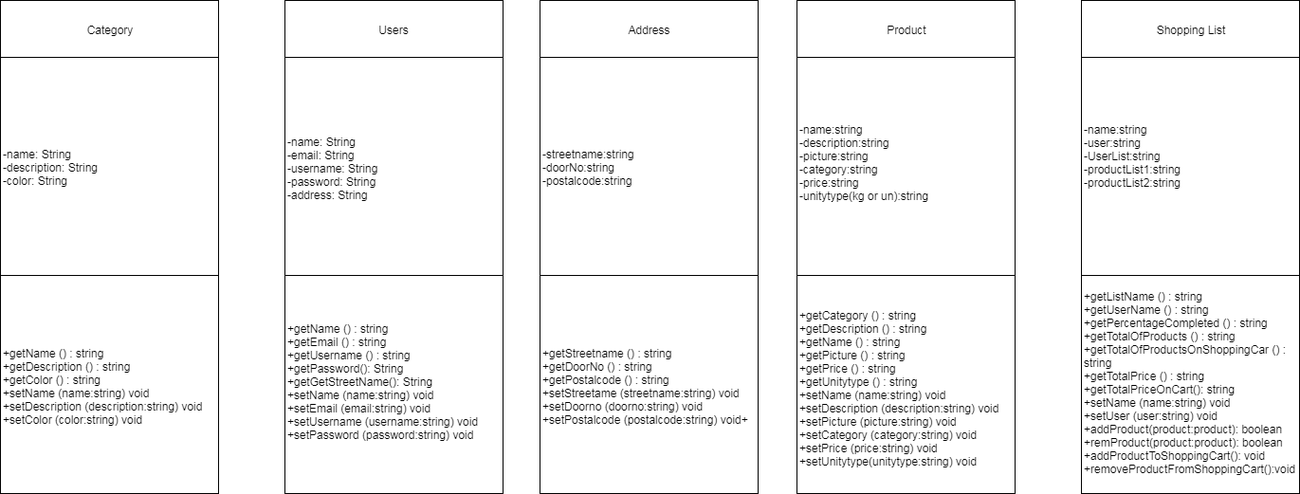
The draw.io diagram UML/UML.png in Coutt0/TP2, before a commit. Source tidied: cells renumbered, new cells last; positions are measured from the earlier drawing's top-left corner, leaving out a move shared by most shapes.
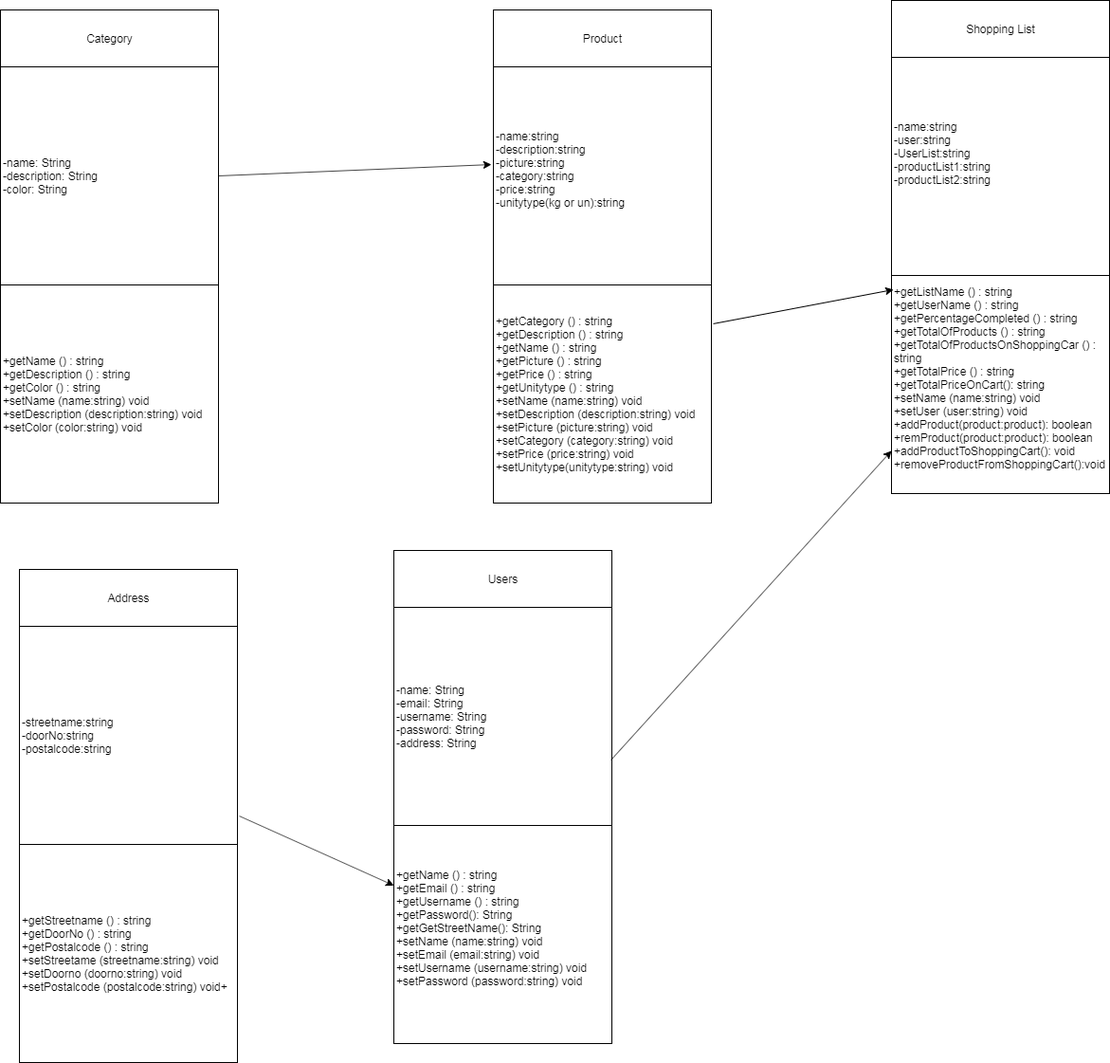
After the commit.

The edit, as a diff of the source:
```diff
@@ -12,49 +12,61 @@
       <mxGeometry width="230" height="60" as="geometry" />
     </mxCell>
     <mxCell id="5" value="-name: String&lt;br&gt;-email: String&lt;br&gt;-username: String&lt;br&gt;-password: String&lt;br&gt;-address: String" style="whiteSpace=wrap;html=1;align=left;" parent="1" vertex="1">
-      <mxGeometry x="300" y="60" width="230" height="230" as="geometry" />
+      <mxGeometry x="415" y="630" width="230" height="230" as="geometry" />
     </mxCell>
     <mxCell id="6" value="&lt;div&gt;+getName () : string&lt;/div&gt;&lt;div&gt;+getEmail () : string&lt;/div&gt;&lt;div&gt;+getUsername () : string&lt;/div&gt;&lt;div&gt;+getPassword(): String&lt;/div&gt;&lt;div&gt;+getGetStreetName(): String&lt;/div&gt;&lt;div&gt;&lt;div&gt;+setName (name:string) void&lt;/div&gt;&lt;div&gt;+setEmail (email:string) void&lt;/div&gt;&lt;div&gt;+setUsername (username:string) void&lt;/div&gt;&lt;/div&gt;&lt;div&gt;+setPassword (password:string) void&lt;br&gt;&lt;/div&gt;&lt;div&gt;&lt;br&gt;&lt;/div&gt;" style="whiteSpace=wrap;html=1;align=left;" parent="1" vertex="1">
-      <mxGeometry x="300" y="290" width="230" height="230" as="geometry" />
+      <mxGeometry x="415" y="860" width="230" height="230" as="geometry" />
     </mxCell>
     <mxCell id="7" value="Users" style="rounded=0;whiteSpace=wrap;html=1;" parent="1" vertex="1">
-      <mxGeometry x="300" width="230" height="60" as="geometry" />
+      <mxGeometry x="415" y="570" width="230" height="60" as="geometry" />
     </mxCell>
     <mxCell id="8" value="&lt;span style=&quot;color: rgba(0 , 0 , 0 , 0) ; font-family: monospace ; font-size: 0px&quot;&gt;%3CmxGraphModel%3E%3Croot%3E%3CmxCell%20id%3D%220%22%2F%3E%3CmxCell%20id%3D%221%22%20parent%3D%220%22%2F%3E%3CmxCell%20id%3D%222%22%20value%3D%22-name%3A%20String%26lt%3Bbr%26gt%3B-email%3A%20String%26lt%3Bbr%26gt%3B-username%3A%20String%26lt%3Bbr%26gt%3B-password%3A%20String%26lt%3Bbr%26gt%3B-address%3A%20String%22%20style%3D%22whiteSpace%3Dwrap%3Bhtml%3D1%3Baspect%3Dfixed%3Balign%3Dleft%3B%22%20vertex%3D%221%22%20parent%3D%221%22%3E%3CmxGeometry%20x%3D%22390%22%20y%3D%22110%22%20width%3D%22230%22%20height%3D%22230%22%20as%3D%22geometry%22%2F%3E%3C%2FmxCell%3E%3CmxCell%20id%3D%223%22%20value%3D%22%26lt%3Bdiv%26gt%3B%2BgetName%20()%20%3A%20string%26lt%3B%2Fdiv%26gt%3B%26lt%3Bdiv%26gt%3B%2BgetEmail%20()%20%3A%20string%26lt%3B%2Fdiv%26gt%3B%26lt%3Bdiv%26gt%3B%2BgetUsername%20()%20%3A%20string%26lt%3B%2Fdiv%26gt%3B%26lt%3Bdiv%26gt%3B%2BgetPassword()%3A%20String%26lt%3B%2Fdiv%26gt%3B%26lt%3Bdiv%26gt%3B%2BgetAddress()%3A%20String%26lt%3B%2Fdiv%26gt%3B%26lt%3Bdiv%26gt%3B%26lt%3Bdiv%26gt%3B%2BsetName%20(name%3Astring)%20void%26lt%3B%2Fdiv%26gt%3B%26lt%3Bdiv%26gt%3B%2BsetEmail%20(email%3Astring)%20void%26lt%3B%2Fdiv%26gt%3B%26lt%3Bdiv%26gt%3B%2BsetUsername%20(username%3Astring)%20void%26lt%3B%2Fdiv%26gt%3B%26lt%3B%2Fdiv%26gt%3B%26lt%3Bdiv%26gt%3B%2BsetPassword%20(password%3Astring)%20void%26lt%3Bbr%26gt%3B%26lt%3B%2Fdiv%26gt%3B%26lt%3Bdiv%26gt%3B%2BsetAddress%20(address%3Astring)%20void%26lt%3Bbr%26gt%3B%26lt%3B%2Fdiv%26gt%3B%22%20style%3D%22whiteSpace%3Dwrap%3Bhtml%3D1%3Baspect%3Dfixed%3Balign%3Dleft%3B%22%20vertex%3D%221%22%20parent%3D%221%22%3E%3CmxGeometry%20x%3D%22390%22%20y%3D%22340%22%20width%3D%22230%22%20height%3D%22230%22%20as%3D%22geometry%22%2F%3E%3C%2FmxCell%3E%3CmxCell%20id%3D%224%22%20value%3D%22Users%22%20style%3D%22rounded%3D0%3BwhiteSpace%3Dwrap%3Bhtml%3D1%3B%22%20vertex%3D%221%22%20parent%3D%221%22%3E%3CmxGeometry%20x%3D%22390%22%20y%3D%2250%22%20width%3D%22230%22%20height%3D%2260%22%20as%3D%22geometry%22%2F%3E%3C%2FmxCell%3E%3C%2Froot%3E%3C%2FmxGraphModel%3E&lt;/span&gt;" style="text;html=1;align=center;verticalAlign=middle;" parent="1" vertex="1">
-      <mxGeometry x="674" y="271" width="20" height="20" as="geometry" />
+      <mxGeometry x="125" y="861" width="20" height="20" as="geometry" />
     </mxCell>
     <mxCell id="9" value="&lt;div&gt;-streetname:string&amp;nbsp;&lt;/div&gt;&lt;div&gt;-doorNo:string&lt;/div&gt;&lt;div&gt;-postalcode:string&lt;/div&gt;" style="whiteSpace=wrap;html=1;align=left;" parent="1" vertex="1">
-      <mxGeometry x="569" y="60" width="230" height="230" as="geometry" />
+      <mxGeometry x="20" y="650" width="230" height="230" as="geometry" />
     </mxCell>
     <mxCell id="10" value="&lt;div&gt;&lt;div&gt;+getStreetname () : string&lt;/div&gt;&lt;div&gt;+getDoorNo () : string&lt;/div&gt;&lt;div&gt;+getPostalcode () : string&lt;/div&gt;&lt;/div&gt;&lt;div&gt;&lt;div&gt;+setStreetame (streetname:string) void&lt;/div&gt;&lt;div&gt;+setDoorno (doorno:string) void&lt;/div&gt;&lt;div&gt;+setPostalcode (postalcode:string) void+&lt;/div&gt;&lt;/div&gt;" style="whiteSpace=wrap;html=1;align=left;" parent="1" vertex="1">
-      <mxGeometry x="569" y="290" width="230" height="230" as="geometry" />
+      <mxGeometry x="20" y="880" width="230" height="230" as="geometry" />
     </mxCell>
     <mxCell id="11" value="Address" style="rounded=0;whiteSpace=wrap;html=1;" parent="1" vertex="1">
-      <mxGeometry x="569" width="230" height="60" as="geometry" />
+      <mxGeometry x="20" y="590" width="230" height="60" as="geometry" />
     </mxCell>
     <mxCell id="12" value="&lt;span style=&quot;color: rgba(0 , 0 , 0 , 0) ; font-family: monospace ; font-size: 0px&quot;&gt;%3CmxGraphModel%3E%3Croot%3E%3CmxCell%20id%3D%220%22%2F%3E%3CmxCell%20id%3D%221%22%20parent%3D%220%22%2F%3E%3CmxCell%20id%3D%222%22%20value%3D%22-name%3A%20String%26lt%3Bbr%26gt%3B-email%3A%20String%26lt%3Bbr%26gt%3B-username%3A%20String%26lt%3Bbr%26gt%3B-password%3A%20String%26lt%3Bbr%26gt%3B-address%3A%20String%22%20style%3D%22whiteSpace%3Dwrap%3Bhtml%3D1%3Baspect%3Dfixed%3Balign%3Dleft%3B%22%20vertex%3D%221%22%20parent%3D%221%22%3E%3CmxGeometry%20x%3D%22390%22%20y%3D%22110%22%20width%3D%22230%22%20height%3D%22230%22%20as%3D%22geometry%22%2F%3E%3C%2FmxCell%3E%3CmxCell%20id%3D%223%22%20value%3D%22%26lt%3Bdiv%26gt%3B%2BgetName%20()%20%3A%20string%26lt%3B%2Fdiv%26gt%3B%26lt%3Bdiv%26gt%3B%2BgetEmail%20()%20%3A%20string%26lt%3B%2Fdiv%26gt%3B%26lt%3Bdiv%26gt%3B%2BgetUsername%20()%20%3A%20string%26lt%3B%2Fdiv%26gt%3B%26lt%3Bdiv%26gt%3B%2BgetPassword()%3A%20String%26lt%3B%2Fdiv%26gt%3B%26lt%3Bdiv%26gt%3B%2BgetAddress()%3A%20String%26lt%3B%2Fdiv%26gt%3B%26lt%3Bdiv%26gt%3B%26lt%3Bdiv%26gt%3B%2BsetName%20(name%3Astring)%20void%26lt%3B%2Fdiv%26gt%3B%26lt%3Bdiv%26gt%3B%2BsetEmail%20(email%3Astring)%20void%26lt%3B%2Fdiv%26gt%3B%26lt%3Bdiv%26gt%3B%2BsetUsername%20(username%3Astring)%20void%26lt%3B%2Fdiv%26gt%3B%26lt%3B%2Fdiv%26gt%3B%26lt%3Bdiv%26gt%3B%2BsetPassword%20(password%3Astring)%20void%26lt%3Bbr%26gt%3B%26lt%3B%2Fdiv%26gt%3B%26lt%3Bdiv%26gt%3B%2BsetAddress%20(address%3Astring)%20void%26lt%3Bbr%26gt%3B%26lt%3B%2Fdiv%26gt%3B%22%20style%3D%22whiteSpace%3Dwrap%3Bhtml%3D1%3Baspect%3Dfixed%3Balign%3Dleft%3B%22%20vertex%3D%221%22%20parent%3D%221%22%3E%3CmxGeometry%20x%3D%22390%22%20y%3D%22340%22%20width%3D%22230%22%20height%3D%22230%22%20as%3D%22geometry%22%2F%3E%3C%2FmxCell%3E%3CmxCell%20id%3D%224%22%20value%3D%22Users%22%20style%3D%22rounded%3D0%3BwhiteSpace%3Dwrap%3Bhtml%3D1%3B%22%20vertex%3D%221%22%20parent%3D%221%22%3E%3CmxGeometry%20x%3D%22390%22%20y%3D%2250%22%20width%3D%22230%22%20height%3D%2260%22%20as%3D%22geometry%22%2F%3E%3C%2FmxCell%3E%3C%2Froot%3E%3C%2FmxGraphModel%3E&lt;/span&gt;" style="text;html=1;align=center;verticalAlign=middle;" parent="1" vertex="1">
-      <mxGeometry x="945" y="271" width="20" height="20" as="geometry" />
+      <mxGeometry x="625" y="271" width="20" height="20" as="geometry" />
     </mxCell>
     <mxCell id="13" value="&lt;div&gt;-name:string&lt;/div&gt;&lt;div&gt;-description:string&lt;/div&gt;&lt;div&gt;-picture:string&lt;/div&gt;&lt;div&gt;-category:string&lt;/div&gt;&lt;div&gt;-price:string&lt;/div&gt;&lt;div&gt;-unitytype(kg or un):string&lt;/div&gt;&lt;div&gt;&lt;br&gt;&lt;/div&gt;" style="whiteSpace=wrap;html=1;align=left;" parent="1" vertex="1">
-      <mxGeometry x="840" y="60" width="230" height="230" as="geometry" />
+      <mxGeometry x="520" y="60" width="230" height="230" as="geometry" />
     </mxCell>
     <mxCell id="14" value="&lt;div&gt;+getCategory () : string&lt;/div&gt;&lt;div&gt;+getDescription () : string&lt;/div&gt;&lt;div&gt;+getName () : string&lt;/div&gt;&lt;div&gt;+getPicture () : string&lt;/div&gt;&lt;div&gt;+getPrice () : string&lt;/div&gt;&lt;div&gt;+getUnitytype () : string&lt;/div&gt;&lt;div&gt;&lt;div&gt;+setName (name:string) void&lt;/div&gt;&lt;div&gt;+setDescription (description:string) void&lt;/div&gt;&lt;div&gt;+setPicture (picture:string) void&lt;/div&gt;&lt;div&gt;+setCategory (category:string) void&lt;/div&gt;&lt;div&gt;+setPrice (price:string) void&lt;/div&gt;&lt;div&gt;+setUnitytype(unitytype:string) void&lt;/div&gt;&lt;/div&gt;" style="whiteSpace=wrap;html=1;align=left;" parent="1" vertex="1">
-      <mxGeometry x="840" y="290" width="230" height="230" as="geometry" />
+      <mxGeometry x="520" y="290" width="230" height="230" as="geometry" />
     </mxCell>
     <mxCell id="15" value="Product" style="rounded=0;whiteSpace=wrap;html=1;" parent="1" vertex="1">
-      <mxGeometry x="840" width="230" height="60" as="geometry" />
+      <mxGeometry x="520" width="230" height="60" as="geometry" />
     </mxCell>
     <mxCell id="16" value="&lt;span style=&quot;color: rgba(0 , 0 , 0 , 0) ; font-family: monospace ; font-size: 0px&quot;&gt;%3CmxGraphModel%3E%3Croot%3E%3CmxCell%20id%3D%220%22%2F%3E%3CmxCell%20id%3D%221%22%20parent%3D%220%22%2F%3E%3CmxCell%20id%3D%222%22%20value%3D%22-name%3A%20String%26lt%3Bbr%26gt%3B-email%3A%20String%26lt%3Bbr%26gt%3B-username%3A%20String%26lt%3Bbr%26gt%3B-password%3A%20String%26lt%3Bbr%26gt%3B-address%3A%20String%22%20style%3D%22whiteSpace%3Dwrap%3Bhtml%3D1%3Baspect%3Dfixed%3Balign%3Dleft%3B%22%20vertex%3D%221%22%20parent%3D%221%22%3E%3CmxGeometry%20x%3D%22390%22%20y%3D%22110%22%20width%3D%22230%22%20height%3D%22230%22%20as%3D%22geometry%22%2F%3E%3C%2FmxCell%3E%3CmxCell%20id%3D%223%22%20value%3D%22%26lt%3Bdiv%26gt%3B%2BgetName%20()%20%3A%20string%26lt%3B%2Fdiv%26gt%3B%26lt%3Bdiv%26gt%3B%2BgetEmail%20()%20%3A%20string%26lt%3B%2Fdiv%26gt%3B%26lt%3Bdiv%26gt%3B%2BgetUsername%20()%20%3A%20string%26lt%3B%2Fdiv%26gt%3B%26lt%3Bdiv%26gt%3B%2BgetPassword()%3A%20String%26lt%3B%2Fdiv%26gt%3B%26lt%3Bdiv%26gt%3B%2BgetAddress()%3A%20String%26lt%3B%2Fdiv%26gt%3B%26lt%3Bdiv%26gt%3B%26lt%3Bdiv%26gt%3B%2BsetName%20(name%3Astring)%20void%26lt%3B%2Fdiv%26gt%3B%26lt%3Bdiv%26gt%3B%2BsetEmail%20(email%3Astring)%20void%26lt%3B%2Fdiv%26gt%3B%26lt%3Bdiv%26gt%3B%2BsetUsername%20(username%3Astring)%20void%26lt%3B%2Fdiv%26gt%3B%26lt%3B%2Fdiv%26gt%3B%26lt%3Bdiv%26gt%3B%2BsetPassword%20(password%3Astring)%20void%26lt%3Bbr%26gt%3B%26lt%3B%2Fdiv%26gt%3B%26lt%3Bdiv%26gt%3B%2BsetAddress%20(address%3Astring)%20void%26lt%3Bbr%26gt%3B%26lt%3B%2Fdiv%26gt%3B%22%20style%3D%22whiteSpace%3Dwrap%3Bhtml%3D1%3Baspect%3Dfixed%3Balign%3Dleft%3B%22%20vertex%3D%221%22%20parent%3D%221%22%3E%3CmxGeometry%20x%3D%22390%22%20y%3D%22340%22%20width%3D%22230%22%20height%3D%22230%22%20as%3D%22geometry%22%2F%3E%3C%2FmxCell%3E%3CmxCell%20id%3D%224%22%20value%3D%22Users%22%20style%3D%22rounded%3D0%3BwhiteSpace%3Dwrap%3Bhtml%3D1%3B%22%20vertex%3D%221%22%20parent%3D%221%22%3E%3CmxGeometry%20x%3D%22390%22%20y%3D%2250%22%20width%3D%22230%22%20height%3D%2260%22%20as%3D%22geometry%22%2F%3E%3C%2FmxCell%3E%3C%2Froot%3E%3C%2FmxGraphModel%3E&lt;/span&gt;" style="text;html=1;align=center;verticalAlign=middle;" parent="1" vertex="1">
-      <mxGeometry x="1245" y="271" width="20" height="20" as="geometry" />
+      <mxGeometry x="1045" y="261" width="20" height="20" as="geometry" />
     </mxCell>
     <mxCell id="17" value="&lt;div&gt;-name:string&lt;/div&gt;&lt;div&gt;-user:string&lt;/div&gt;&lt;div&gt;-UserList:string&lt;/div&gt;&lt;div&gt;-productList1:string&lt;/div&gt;&lt;div&gt;-productList2:string&lt;/div&gt;&lt;div&gt;&lt;br&gt;&lt;/div&gt;&lt;div&gt;&lt;br&gt;&lt;/div&gt;" style="whiteSpace=wrap;html=1;align=left;" parent="1" vertex="1">
-      <mxGeometry x="1140" y="60" width="230" height="230" as="geometry" />
+      <mxGeometry x="940" y="50" width="230" height="230" as="geometry" />
     </mxCell>
     <mxCell id="18" value="&lt;div&gt;+getListName () : string&lt;/div&gt;&lt;div&gt;+getUserName () : string&lt;/div&gt;&lt;div&gt;+getPercentageCompleted () : string&lt;/div&gt;&lt;div&gt;+getTotalOfProducts () : string&lt;/div&gt;&lt;div&gt;+getTotalOfProductsOnShoppingCar () : string&lt;/div&gt;&lt;div&gt;+getTotalPrice () : string&lt;/div&gt;&lt;div&gt;+getTotalPriceOnCart(): string&lt;/div&gt;&lt;div&gt;&lt;div&gt;+setName (name:string) void&lt;/div&gt;&lt;div&gt;+setUser (user:string) void&lt;/div&gt;&lt;div&gt;+addProduct(product:product): boolean&lt;/div&gt;&lt;div&gt;+remProduct(product:product): boolean&lt;br&gt;&lt;/div&gt;&lt;div&gt;+addProductToShoppingCart(): void&lt;/div&gt;&lt;div&gt;+removeProductFromShoppingCart():void&lt;/div&gt;&lt;div&gt;&lt;br&gt;&lt;/div&gt;&lt;/div&gt;" style="whiteSpace=wrap;html=1;align=left;" parent="1" vertex="1">
-      <mxGeometry x="1140" y="290" width="230" height="230" as="geometry" />
+      <mxGeometry x="940" y="280" width="230" height="230" as="geometry" />
     </mxCell>
     <mxCell id="19" value="Shopping List" style="rounded=0;whiteSpace=wrap;html=1;" parent="1" vertex="1">
-      <mxGeometry x="1140" width="230" height="60" as="geometry" />
+      <mxGeometry x="940" y="-10" width="230" height="60" as="geometry" />
     </mxCell>
+    <mxCell id="20" style="endArrow=classic;html=1;exitX=1;exitY=0.5;exitDx=0;exitDy=0;entryX=-0.009;entryY=0.448;entryDx=0;entryDy=0;entryPerimeter=0;" parent="1" edge="1" source="2" target="13">
+      <mxGeometry relative="1" as="geometry" />
+    </mxCell>
+    <mxCell id="21" style="endArrow=classic;html=1;exitX=1.009;exitY=0.87;exitDx=0;exitDy=0;exitPerimeter=0;" parent="1" edge="1" source="9" target="6">
+      <mxGeometry relative="1" as="geometry" />
+    </mxCell>
+    <mxCell id="22" style="endArrow=classic;html=1;exitX=0.996;exitY=0.7;exitDx=0;exitDy=0;exitPerimeter=0;entryX=0;entryY=0.804;entryDx=0;entryDy=0;entryPerimeter=0;" parent="1" edge="1" source="5" target="18">
+      <mxGeometry relative="1" as="geometry" />
+    </mxCell>
+    <mxCell id="23" style="endArrow=classic;html=1;exitX=1.009;exitY=0.178;exitDx=0;exitDy=0;exitPerimeter=0;entryX=0.009;entryY=0.065;entryDx=0;entryDy=0;entryPerimeter=0;" parent="1" edge="1" source="14" target="18">
+      <mxGeometry relative="1" as="geometry" />
+    </mxCell>
   </root>
 </mxGraphModel>
```
